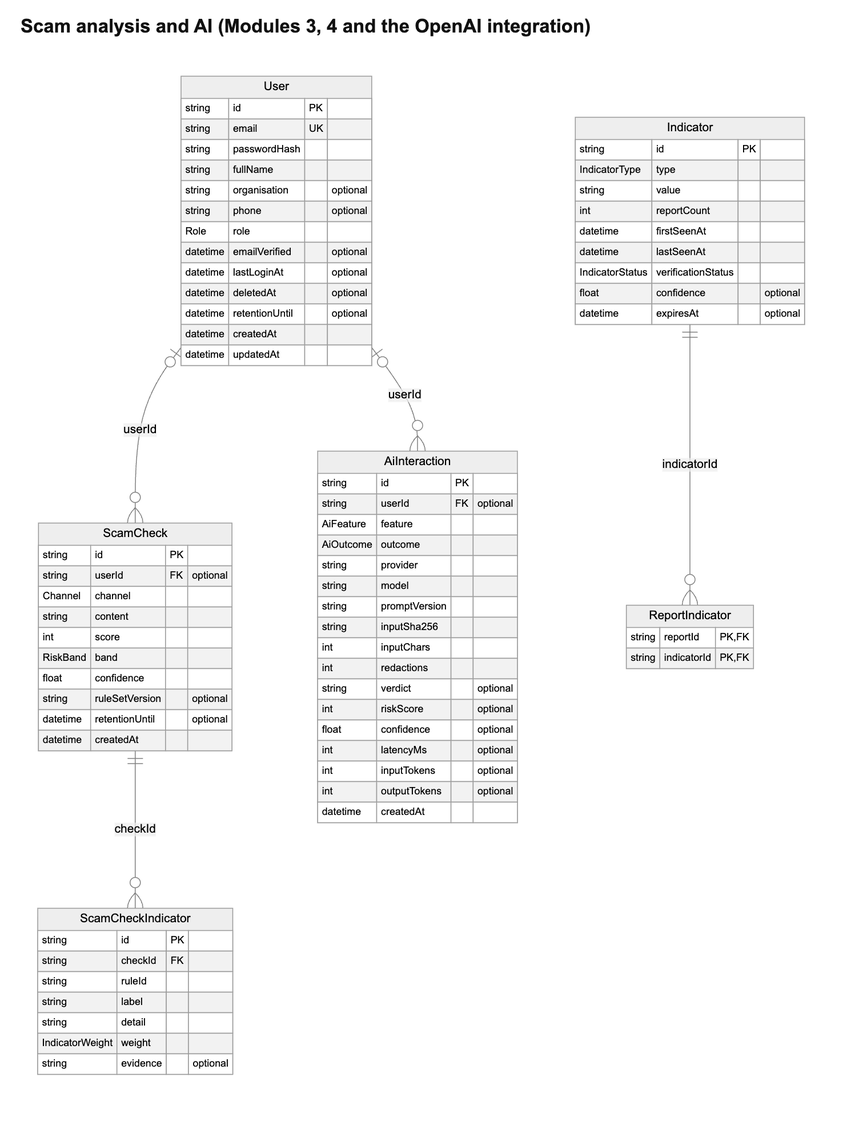
Before: database/erd/erd-2-analysis-ai.png, a diagram exported from Mermaid (Meroidea/CyberKent). Its source is kept beside it as database/erd/erd-2-analysis-ai.mmd. Source of this version:
```mermaid
erDiagram
  User {
    string id PK
    string email UK
    string passwordHash
    string fullName
    string organisation "optional"
    string phone "optional"
    Role role
    datetime emailVerified "optional"
    datetime lastLoginAt "optional"
    datetime deletedAt "optional"
    datetime retentionUntil "optional"
    datetime createdAt
    datetime updatedAt
  }
  ScamCheck {
    string id PK
    string userId FK "optional"
    Channel channel
    string content
    int score
    RiskBand band
    float confidence
    string ruleSetVersion "optional"
    datetime retentionUntil "optional"
    datetime createdAt
  }
  ScamCheckIndicator {
    string id PK
    string checkId FK
    string ruleId
    string label
    string detail
    IndicatorWeight weight
    string evidence "optional"
  }
  Indicator {
    string id PK
    IndicatorType type
    string value
    int reportCount
    datetime firstSeenAt
    datetime lastSeenAt
    IndicatorStatus verificationStatus
    float confidence "optional"
    datetime expiresAt "optional"
  }
  ReportIndicator {
    string reportId PK,FK
    string indicatorId PK,FK
  }
  AiInteraction {
    string id PK
    string userId FK "optional"
    AiFeature feature
    AiOutcome outcome
    string provider
    string model
    string promptVersion
    string inputSha256
    int inputChars
    int redactions
    string verdict "optional"
    int riskScore "optional"
    float confidence "optional"
    int latencyMs "optional"
    int inputTokens "optional"
    int outputTokens "optional"
    datetime createdAt
  }
  User |o--o{ ScamCheck : "userId"
  ScamCheck ||--o{ ScamCheckIndicator : "checkId"
  User |o--o{ AiInteraction : "userId"
  Indicator ||--o{ ReportIndicator : "indicatorId"
```
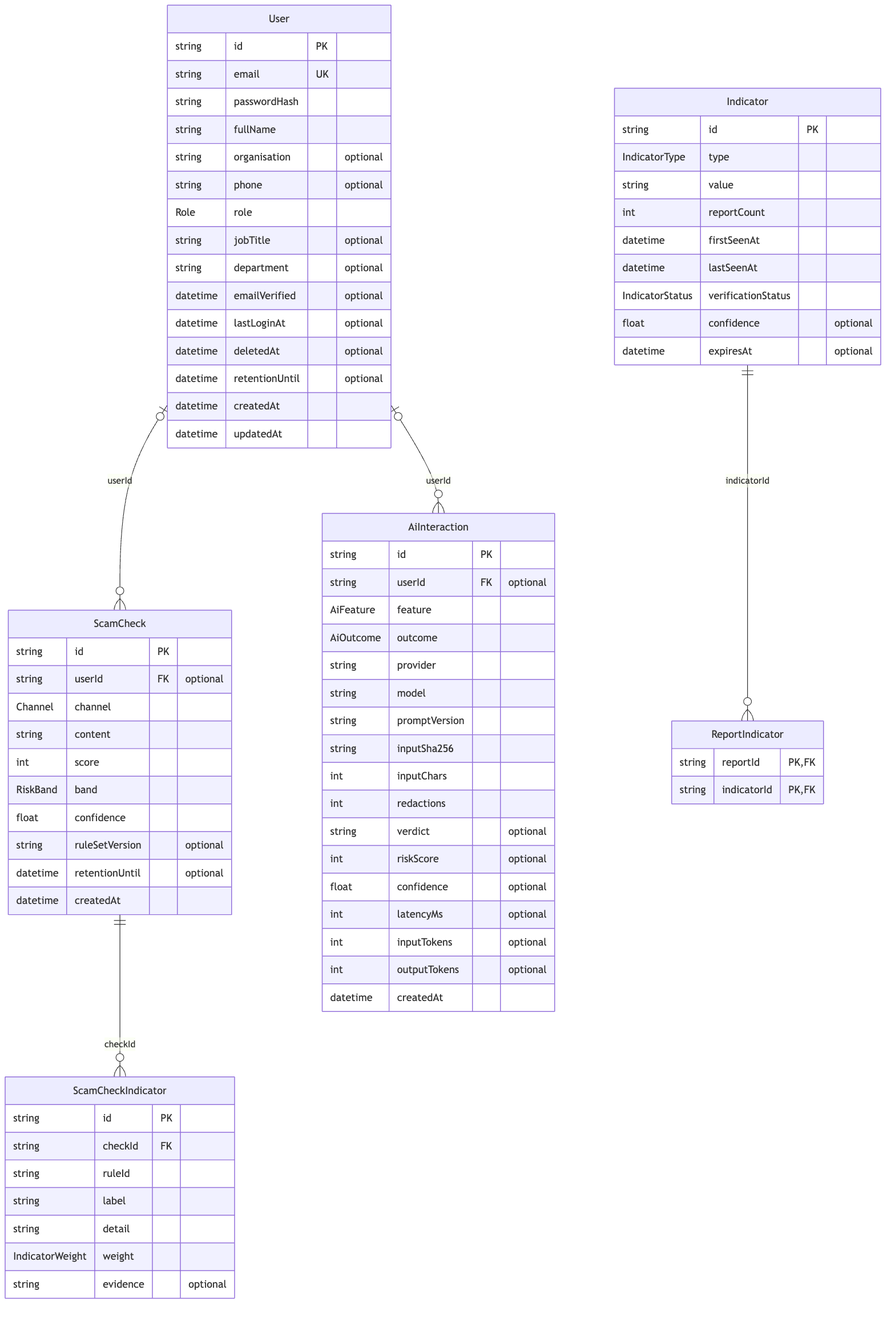
Above is the later version.

Change to the diagram source:
```diff
@@ -7,6 +7,8 @@
     string organisation "optional"
     string phone "optional"
     Role role
+    string jobTitle "optional"
+    string department "optional"
     datetime emailVerified "optional"
     datetime lastLoginAt "optional"
     datetime deletedAt "optional"
```
